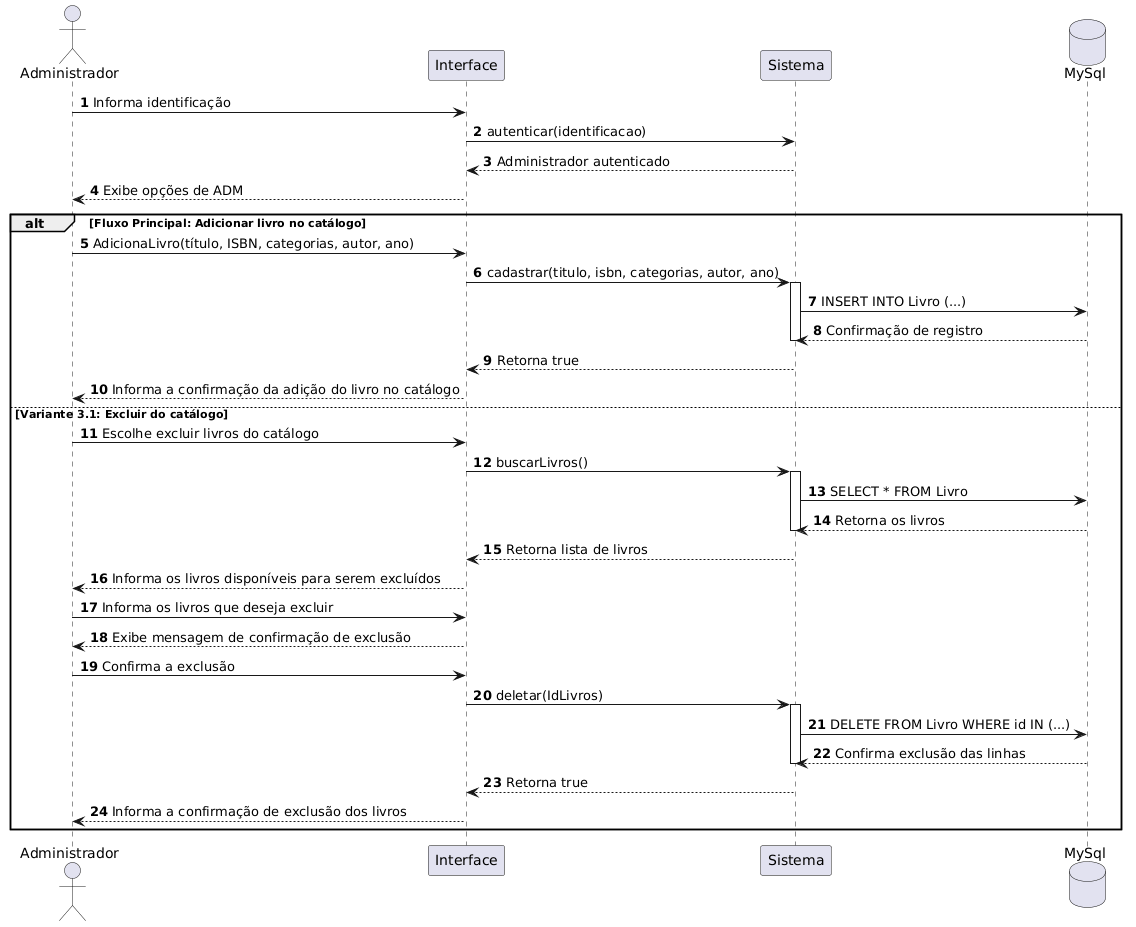
This is Documentação/Diagramas/Diagramas de Sequencia/UC6.png from Gnunes27/Projeto-DSC, a PlantUML export, as it was before one commit.
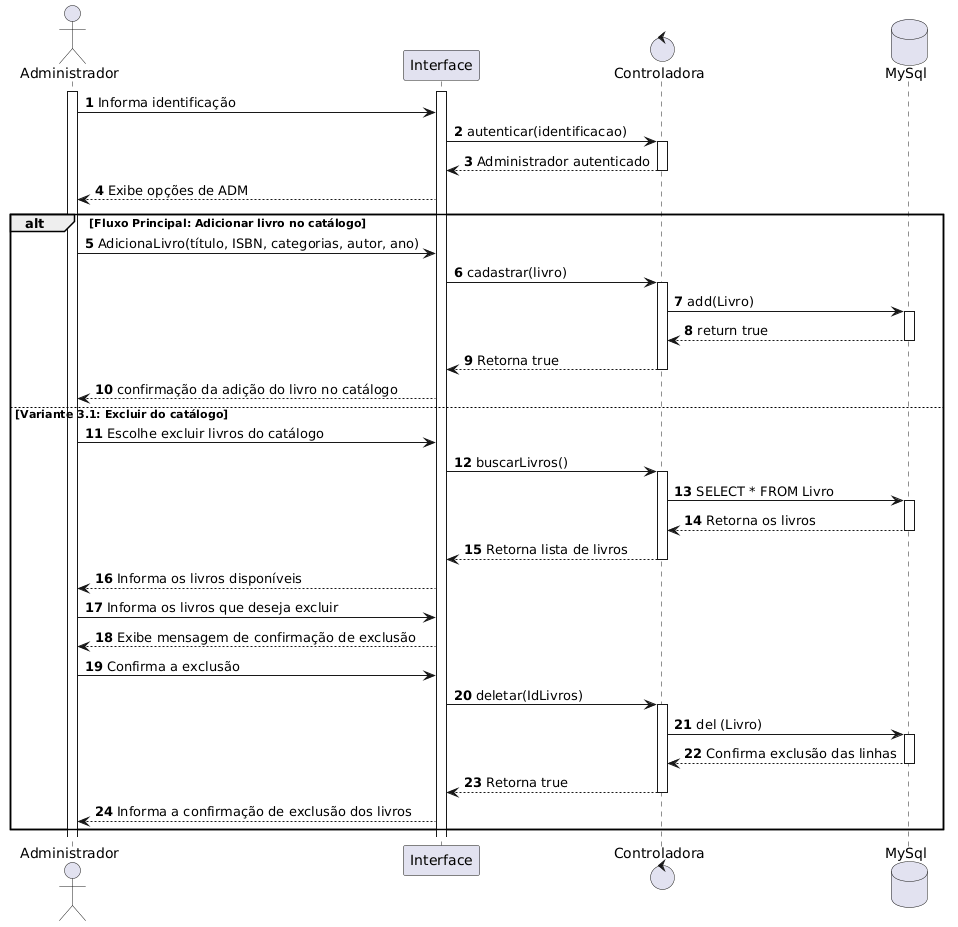
Above is the later version.

The edit, as a diff of the source:
```diff
@@ -3,36 +3,46 @@
 
 actor "Administrador" as Adm
 participant "Interface" as Tela
-participant "Sistema" as Sis
+control "Controladora" as Sis
 database "MySql" as BD
 
+activate Adm
+activate Tela
 
 Adm -> Tela: Informa identificação
 Tela -> Sis: autenticar(identificacao)
+activate Sis
 Sis --> Tela: Administrador autenticado
+deactivate Sis
 Tela --> Adm: Exibe opções de ADM
 
 alt Fluxo Principal: Adicionar livro no catálogo
     Adm -> Tela: AdicionaLivro(título, ISBN, categorias, autor, ano)
-    Tela -> Sis: cadastrar(titulo, isbn, categorias, autor, ano)
+    Tela -> Sis: cadastrar(livro)
     activate Sis
-    Sis -> BD: INSERT INTO Livro (...)
-    BD --> Sis: Confirmação de registro
+    Sis -> BD: add(Livro)
+    activate BD
+    BD --> Sis: return true
+    deactivate BD
+
+    Sis --> Tela: Retorna true
     deactivate Sis
-    Sis --> Tela: Retorna true
 
-    Tela --> Adm: Informa a confirmação da adição do livro no catálogo
+    Tela --> Adm: confirmação da adição do livro no catálogo
 
 else Variante 3.1: Excluir do catálogo
     Adm -> Tela: Escolhe excluir livros do catálogo
     Tela -> Sis: buscarLivros()
     activate Sis
+
     Sis -> BD: SELECT * FROM Livro
+    activate BD
     BD --> Sis: Retorna os livros
-    deactivate Sis
+    deactivate BD
+
     Sis --> Tela: Retorna lista de livros
-
-    Tela --> Adm: Informa os livros disponíveis para serem excluídos
+     deactivate Sis
+    Tela --> Adm: Informa os livros disponíveis
 
     Adm -> Tela: Informa os livros que deseja excluir
     Tela --> Adm: Exibe mensagem de confirmação de exclusão
@@ -40,11 +50,12 @@
     Adm -> Tela: Confirma a exclusão
     Tela -> Sis: deletar(IdLivros)
     activate Sis
-    Sis -> BD: DELETE FROM Livro WHERE id IN (...)
+    Sis -> BD: del (Livro)
+    activate BD
     BD --> Sis: Confirma exclusão das linhas
+    deactivate BD
+    Sis --> Tela: Retorna true
     deactivate Sis
-
-    Sis --> Tela: Retorna true
     Tela --> Adm: Informa a confirmação de exclusão dos livros
 end
 @enduml
```
